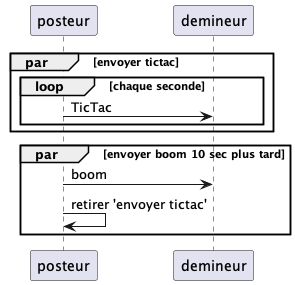
This is ticTac/tictac.png from EmmanuelADAM/jade, a PlantUML export, as it was before one commit. Source of this version:
```plantuml
@startuml tictac
participant posteur
participant demineur
par envoyer tictac
  loop chaque seconde
  posteur -> demineur  : TicTac
  end
end

par envoyer boom 10 sec plus tard
    posteur -> demineur: boom
    posteur -> posteur : retirer 'envoyer tictac'
end

@enduml
```
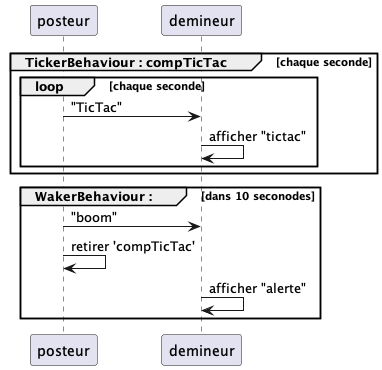
The same file after the commit.

Change to the diagram source:
```diff
@@ -1,15 +1,17 @@
 @startuml tictac
 participant posteur
 participant demineur
-par envoyer tictac
+group TickerBehaviour : compTicTac [chaque seconde]
   loop chaque seconde
-  posteur -> demineur  : TicTac
+  posteur -> demineur  : "TicTac"
+  demineur -> demineur : afficher "tictac"
   end
 end
 
-par envoyer boom 10 sec plus tard
-    posteur -> demineur: boom
-    posteur -> posteur : retirer 'envoyer tictac'
+group WakerBehaviour : [dans 10 seconodes]
+    posteur -> demineur: "boom"
+    posteur -> posteur : retirer 'compTicTac'
+    demineur -> demineur : afficher "alerte"
 end
 
 @enduml
```
